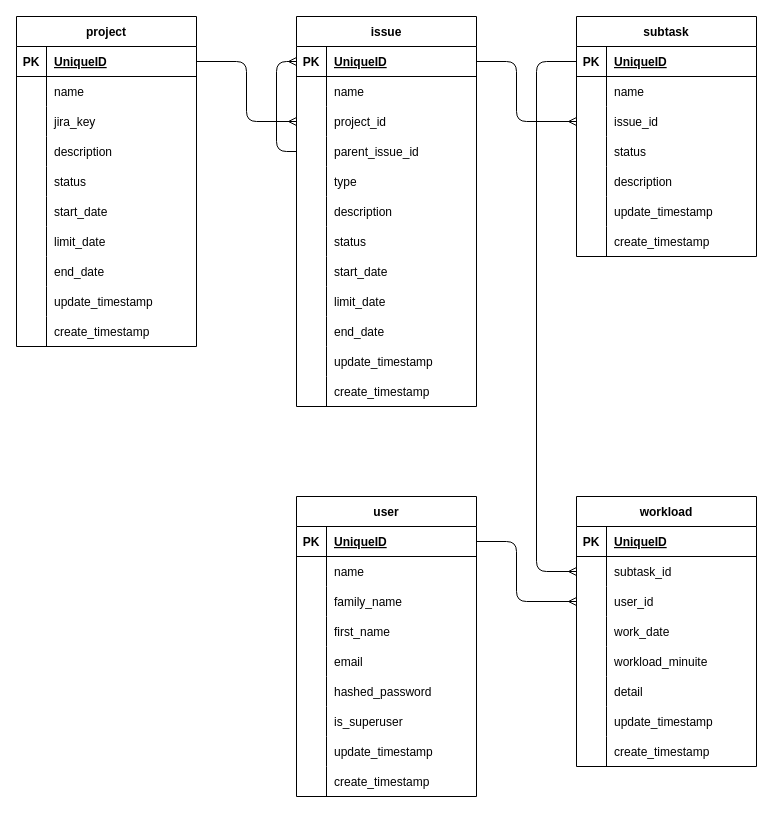
Above: DATABASE_ER_DIAGRAM.dio in f-mio/workload_management_server (draw.io), before the change. Source tidied: cells renumbered, new cells numbered last; positions are measured from the earlier drawing's top-left corner, leaving out a move shared by most shapes. Both pictures are drawn from the tidied source at 100%, with x=0, y=0 at pixel (16, 16).
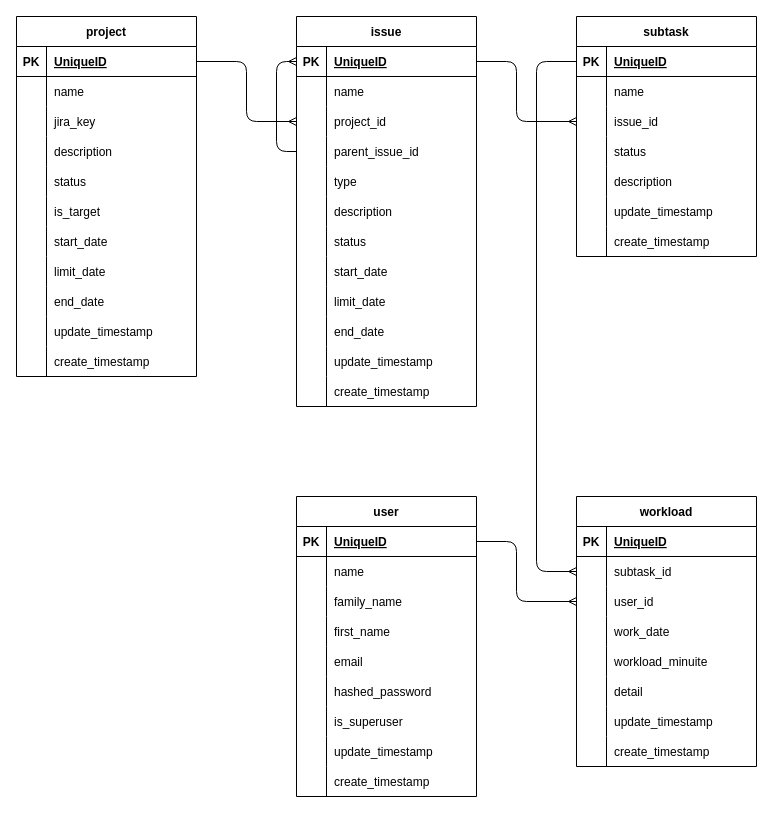
After the change.

Diff of the diagram source:
```diff
@@
     <mxCell id="2" value="project" style="shape=table;startSize=30;childLayout=tableLayout;rowLines=0;fontStyle=1;align=center;" parent="1" vertex="1">
-      <mxGeometry width="180" height="330" as="geometry" />
+      <mxGeometry width="180" height="360" as="geometry" />
     </mxCell>
@@
+    <mxCell id="150" style="shape=tableRow;horizontal=0;startSize=0;swimlaneHead=0;swimlaneBody=0;fillColor=none;top=0;left=0;right=0;bottom=0;" parent="2" vertex="1">
+      <mxGeometry y="180" width="180" height="30" as="geometry" />
+    </mxCell>
+    <mxCell id="151" style="shape=partialRectangle;fillColor=none;top=0;left=0;bottom=0;right=0;overflow=hidden;" parent="150" vertex="1">
+      <mxGeometry width="30" height="30" as="geometry" />
+    </mxCell>
+    <mxCell id="152" value="is_target" style="shape=partialRectangle;fillColor=none;top=0;left=0;bottom=0;right=0;align=left;spacingLeft=6;overflow=hidden;" parent="150" vertex="1">
+      <mxGeometry x="30" width="150" height="30" as="geometry" />
+    </mxCell>
     <mxCell id="18" style="shape=tableRow;horizontal=0;startSize=0;swimlaneHead=0;swimlaneBody=0;fillColor=none;top=0;left=0;right=0;bottom=0;" parent="2" vertex="1">
-      <mxGeometry y="180" width="180" height="30" as="geometry" />
+      <mxGeometry y="210" width="180" height="30" as="geometry" />
     </mxCell>
@@
     <mxCell id="21" style="shape=tableRow;horizontal=0;startSize=0;swimlaneHead=0;swimlaneBody=0;fillColor=none;top=0;left=0;right=0;bottom=0;" parent="2" vertex="1">
-      <mxGeometry y="210" width="180" height="30" as="geometry" />
+      <mxGeometry y="240" width="180" height="30" as="geometry" />
     </mxCell>
@@
     <mxCell id="24" style="shape=tableRow;horizontal=0;startSize=0;swimlaneHead=0;swimlaneBody=0;fillColor=none;top=0;left=0;right=0;bottom=0;" parent="2" vertex="1">
-      <mxGeometry y="240" width="180" height="30" as="geometry" />
+      <mxGeometry y="270" width="180" height="30" as="geometry" />
     </mxCell>
@@
     <mxCell id="27" style="shape=tableRow;horizontal=0;startSize=0;swimlaneHead=0;swimlaneBody=0;fillColor=none;top=0;left=0;right=0;bottom=0;" parent="2" vertex="1">
-      <mxGeometry y="270" width="180" height="30" as="geometry" />
+      <mxGeometry y="300" width="180" height="30" as="geometry" />
     </mxCell>
@@
     <mxCell id="30" style="shape=tableRow;horizontal=0;startSize=0;swimlaneHead=0;swimlaneBody=0;fillColor=none;top=0;left=0;right=0;bottom=0;" parent="2" vertex="1">
-      <mxGeometry y="300" width="180" height="30" as="geometry" />
+      <mxGeometry y="330" width="180" height="30" as="geometry" />
     </mxCell>
```
